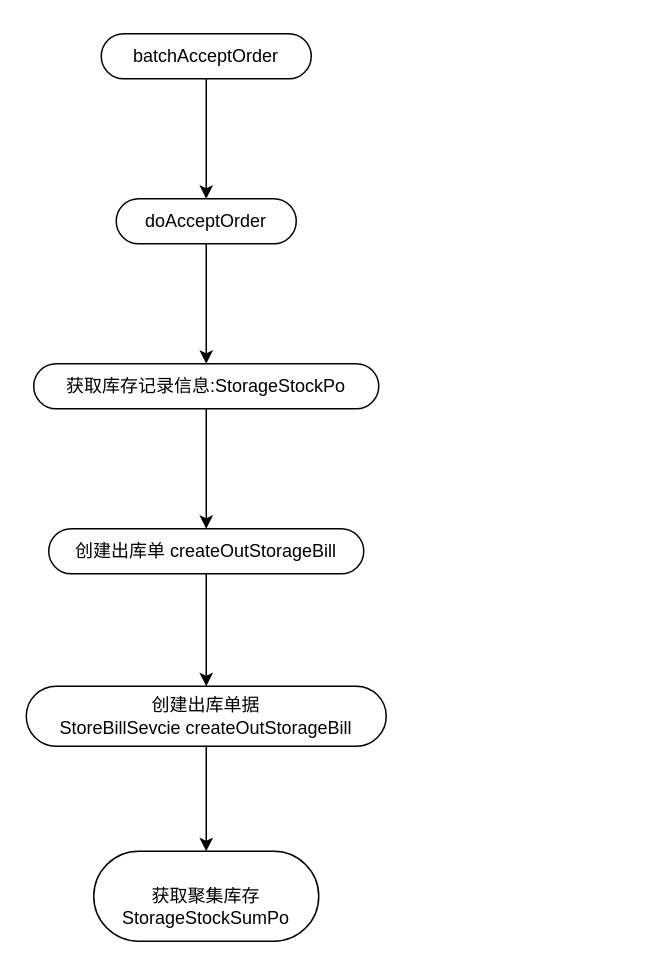
Before: b2b-接单.drawio in yi2003/diagram, a draw.io diagram. Source tidied: cells renumbered, new cells numbered last; positions are measured from the earlier drawing's top-left corner, leaving out a move shared by most shapes. Both pictures are drawn from the tidied source at 150%, with x=0, y=0 at pixel (26, 33).
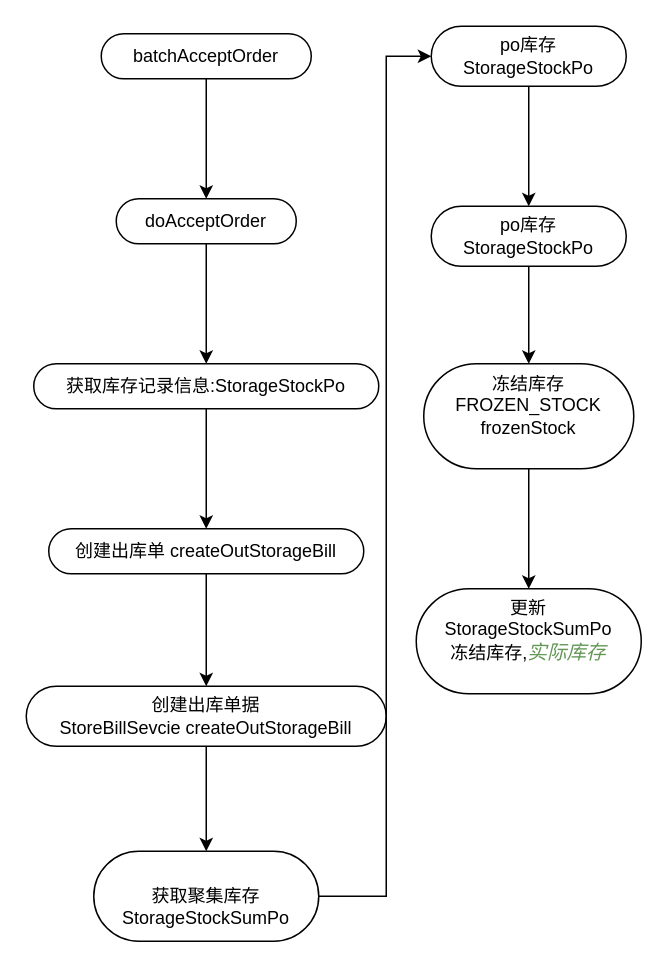
The same diagram, later.

The change refers to these unchanged cells:
```xml
<mxCell id="12" value="&lt;div&gt;&lt;br&gt;&lt;/div&gt;&lt;div&gt;获取聚集库存&lt;/div&gt;&lt;div&gt;StorageStockSumPo&lt;/div&gt;" style="whiteSpace=wrap;html=1;rounded=1;arcSize=50;align=center;verticalAlign=middle;strokeWidth=1;spacing=4;newEdgeStyle={&quot;edgeStyle&quot;:&quot;entityRelationEdgeStyle&quot;,&quot;startArrow&quot;:&quot;none&quot;,&quot;endArrow&quot;:&quot;none&quot;,&quot;segment&quot;:10,&quot;curved&quot;:1};direction=west;" parent="1" vertex="1">
  <mxGeometry x="45" y="545" width="150" height="60" as="geometry" />
</mxCell>
```

What changed in the source:
```diff
@@
+    <mxCell id="13" style="edgeStyle=orthogonalEdgeStyle;rounded=0;jettySize=auto;html=1;" parent="1" edge="1" source="12" target="15">
+      <mxGeometry relative="1" as="geometry">
+        <Array as="points">
+          <mxPoint x="240" y="575" />
+          <mxPoint x="240" y="15" />
+        </Array>
+      </mxGeometry>
+    </mxCell>
@@
+    <mxCell id="14" style="edgeStyle=orthogonalEdgeStyle;rounded=0;jettySize=auto;html=1;" parent="1" edge="1" source="15" target="17">
+      <mxGeometry relative="1" as="geometry" />
+    </mxCell>
+    <mxCell id="15" value="&lt;div&gt;po库存&lt;/div&gt;&lt;div&gt;StorageStockPo&lt;/div&gt;" style="whiteSpace=wrap;html=1;rounded=1;arcSize=50;align=center;verticalAlign=middle;strokeWidth=1;spacing=4;newEdgeStyle={&quot;edgeStyle&quot;:&quot;entityRelationEdgeStyle&quot;,&quot;startArrow&quot;:&quot;none&quot;,&quot;endArrow&quot;:&quot;none&quot;,&quot;segment&quot;:10,&quot;curved&quot;:1};direction=west;" parent="1" vertex="1">
+      <mxGeometry x="270" y="-5" width="130" height="40" as="geometry" />
+    </mxCell>
+    <mxCell id="16" style="edgeStyle=orthogonalEdgeStyle;rounded=0;jettySize=auto;html=1;" parent="1" edge="1" source="17" target="19">
+      <mxGeometry relative="1" as="geometry" />
+    </mxCell>
+    <mxCell id="17" value="&lt;div&gt;po库存&lt;/div&gt;&lt;div&gt;StorageStockPo&lt;/div&gt;" style="whiteSpace=wrap;html=1;rounded=1;arcSize=50;align=center;verticalAlign=middle;strokeWidth=1;spacing=4;newEdgeStyle={&quot;edgeStyle&quot;:&quot;entityRelationEdgeStyle&quot;,&quot;startArrow&quot;:&quot;none&quot;,&quot;endArrow&quot;:&quot;none&quot;,&quot;segment&quot;:10,&quot;curved&quot;:1};direction=west;" parent="1" vertex="1">
+      <mxGeometry x="270" y="115" width="130" height="40" as="geometry" />
+    </mxCell>
+    <mxCell id="18" style="edgeStyle=orthogonalEdgeStyle;rounded=0;jettySize=auto;html=1;" parent="1" edge="1" source="19" target="20">
+      <mxGeometry relative="1" as="geometry" />
+    </mxCell>
+    <mxCell id="19" value="&lt;div&gt;冻结库存&lt;/div&gt;&lt;div&gt;FROZEN_STOCK&lt;/div&gt;&lt;div&gt;frozenStock&lt;/div&gt;&lt;div&gt;&lt;br&gt;&lt;/div&gt;" style="whiteSpace=wrap;html=1;rounded=1;arcSize=50;align=center;verticalAlign=middle;strokeWidth=1;spacing=4;newEdgeStyle={&quot;edgeStyle&quot;:&quot;entityRelationEdgeStyle&quot;,&quot;startArrow&quot;:&quot;none&quot;,&quot;endArrow&quot;:&quot;none&quot;,&quot;segment&quot;:10,&quot;curved&quot;:1};direction=west;" parent="1" vertex="1">
+      <mxGeometry x="265" y="220" width="140" height="70" as="geometry" />
+    </mxCell>
+    <mxCell id="20" value="&lt;div&gt;&lt;div&gt;更新&lt;/div&gt;&lt;div&gt;StorageStockSumPo&lt;/div&gt;&lt;/div&gt;&lt;div&gt;&lt;div&gt;冻结库存,&lt;span style=&quot;font-family: , monospace ; font-size: 9.8pt ; color: rgb(98 , 151 , 85) ; font-style: italic&quot;&gt;实际库存&lt;/span&gt;&lt;/div&gt;&lt;/div&gt;&lt;div&gt;&lt;br&gt;&lt;/div&gt;" style="whiteSpace=wrap;html=1;rounded=1;arcSize=50;align=center;verticalAlign=middle;strokeWidth=1;spacing=4;newEdgeStyle={&quot;edgeStyle&quot;:&quot;entityRelationEdgeStyle&quot;,&quot;startArrow&quot;:&quot;none&quot;,&quot;endArrow&quot;:&quot;none&quot;,&quot;segment&quot;:10,&quot;curved&quot;:1};direction=west;" parent="1" vertex="1">
+      <mxGeometry x="260" y="370" width="150" height="70" as="geometry" />
+    </mxCell>
```
